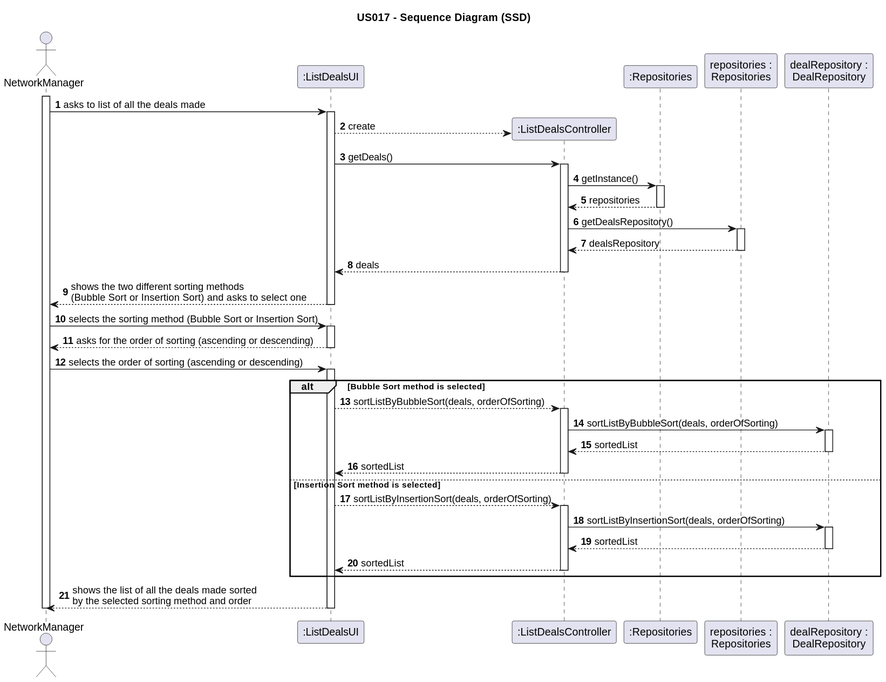
Before: docs/sprintD/us017/03.design/svg/us017-sequence-diagram.svg, a diagram exported from PlantUML (1220812/LAPR2).
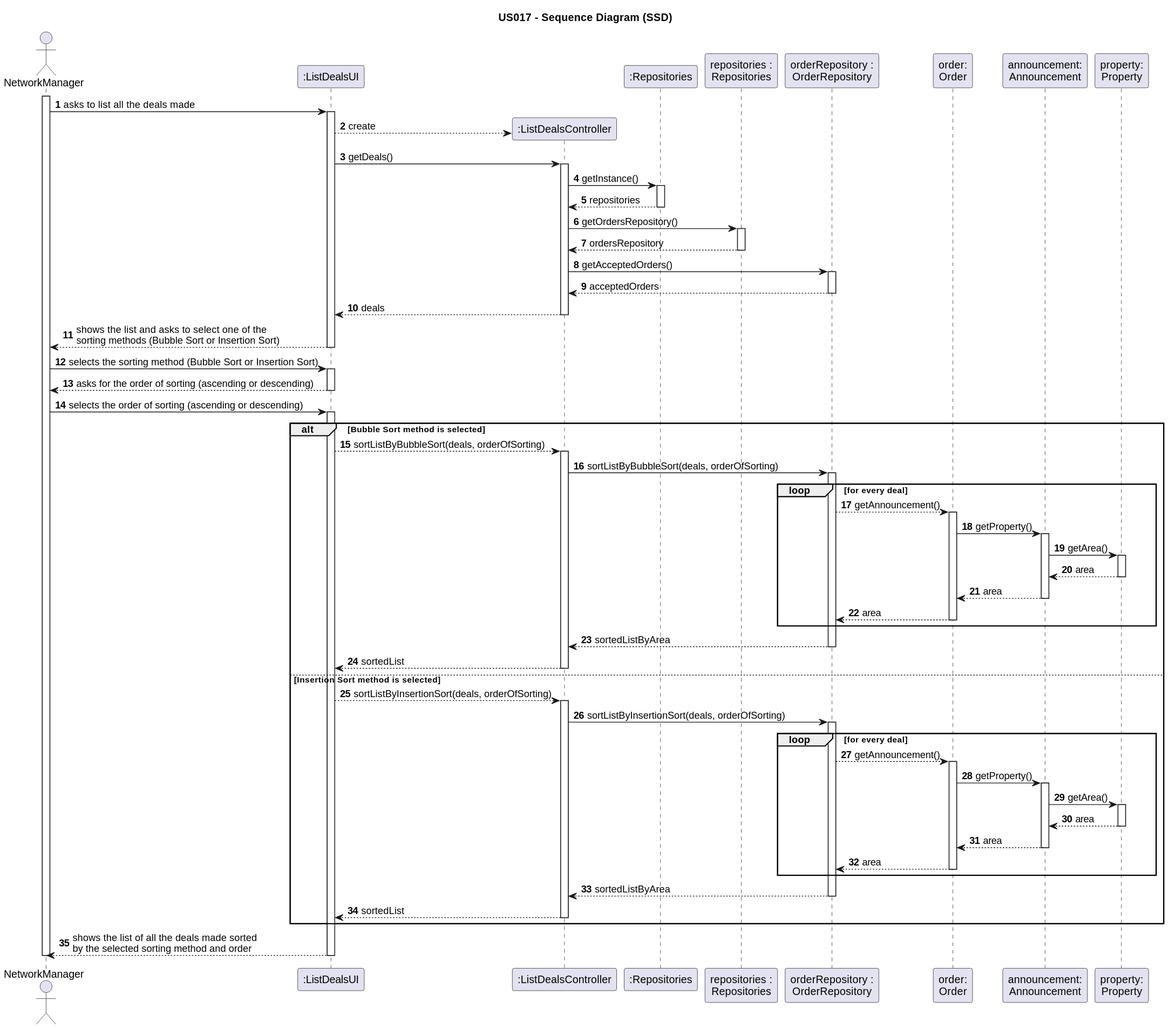
After the commit.

Change to the diagram source:
```diff
@@ -9,11 +9,14 @@
 
 participant ":Repositories" as PLAT
 participant "repositories :\nRepositories" as REP
-participant "dealRepository :\nDealRepository" as DR
+participant "orderRepository :\nOrderRepository" as OR
+participant "order:\nOrder" as order
+participant "announcement:\nAnnouncement" as announcement
+participant "property:\nProperty" as property
 
 activate NM
 
-    NM -> UI : asks to list of all the deals made
+    NM -> UI : asks to list all the deals made
 
     activate UI
 
@@ -31,19 +34,27 @@
 
     deactivate PLAT
 
-    Controller -> REP : getDealsRepository()
+    Controller -> REP : getOrdersRepository()
 
     activate REP
 
-    REP --> Controller : dealsRepository
+    REP --> Controller : ordersRepository
 
     deactivate REP
+
+    Controller -> OR : getAcceptedOrders()
+
+    activate OR
+
+    OR --> Controller : acceptedOrders
+
+    deactivate OR
 
     Controller --> UI : deals
 
     deactivate Controller
 
-        UI --> NM : shows the two different sorting methods \n(Bubble Sort or Insertion Sort) and asks to select  one
+        UI --> NM : shows the list and asks to select one of the \nsorting methods (Bubble Sort or Insertion Sort)
 
     deactivate UI
 
@@ -64,13 +75,41 @@
 
         activate Controller
 
-        Controller -> DR : sortListByBubbleSort(deals, orderOfSorting)
+        Controller -> OR : sortListByBubbleSort(deals, orderOfSorting)
 
-        activate DR
+        activate OR
 
-        DR --> Controller : sortedList
+        loop for every deal
 
-        deactivate DR
+        OR --> order : getAnnouncement()
+
+        activate order
+
+        order -> announcement : getProperty()
+
+        activate announcement
+
+        announcement -> property : getArea()
+
+        activate property
+
+        property --> announcement : area
+
+        deactivate property
+
+        announcement --> order : area
+
+        deactivate announcement
+
+        order --> OR : area
+
+        deactivate order
+
+        end
+
+        OR --> Controller : sortedListByArea
+
+        deactivate OR
 
         Controller --> UI : sortedList
 
@@ -82,13 +121,41 @@
 
              activate Controller
 
-             Controller -> DR : sortListByInsertionSort(deals, orderOfSorting)
+             Controller -> OR : sortListByInsertionSort(deals, orderOfSorting)
 
-             activate DR
+             activate OR
 
-             DR --> Controller : sortedList
+             loop for every deal
 
-             deactivate DR
+                     OR --> order : getAnnouncement()
+
+                     activate order
+
+                     order -> announcement : getProperty()
+
+                     activate announcement
+
+                     announcement -> property : getArea()
+
+                     activate property
+
+                     property --> announcement : area
+
+                     deactivate property
+
+                     announcement --> order : area
+
+                     deactivate announcement
+
+                     order --> OR : area
+
+                     deactivate order
+
+                     end
+
+             OR --> Controller : sortedListByArea
+
+             deactivate OR
 
              Controller --> UI : sortedList
 
```
